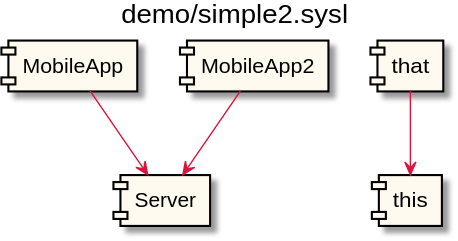
anz-bank/sysl-catalog keeps this PlantUML diagram as docs/integration.svg. Above is the earlier version.
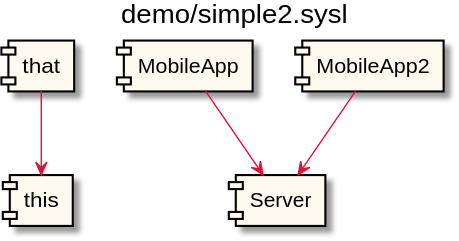
After the commit.

What changed in the source:
```diff
@@ -9,12 +9,12 @@
   BorderColor Black
   ArrowColor Crimson
 }
-[MobileApp] as _0 <<highlight>>
-[Server] as _1 <<highlight>>
+[that] as _0 <<highlight>>
+[this] as _1 <<highlight>>
 _0 --> _1
-[that] as _2 <<highlight>>
-[this] as _3 <<highlight>>
+[MobileApp] as _2 <<highlight>>
+[Server] as _3 <<highlight>>
 _2 --> _3
 [MobileApp2] as _4 <<highlight>>
-_4 --> _1
+_4 --> _3
 @enduml
```
